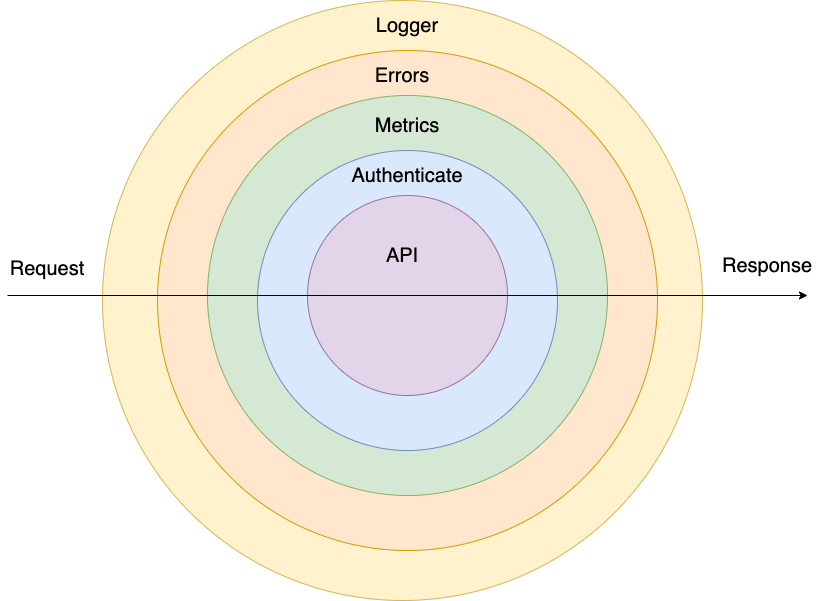
Above: middlewares.png in imperiustx/prime_number (draw.io), before the change. Source tidied: cells renumbered, new cells last; positions are measured from the earlier drawing's top-left corner, leaving out a move shared by most shapes.
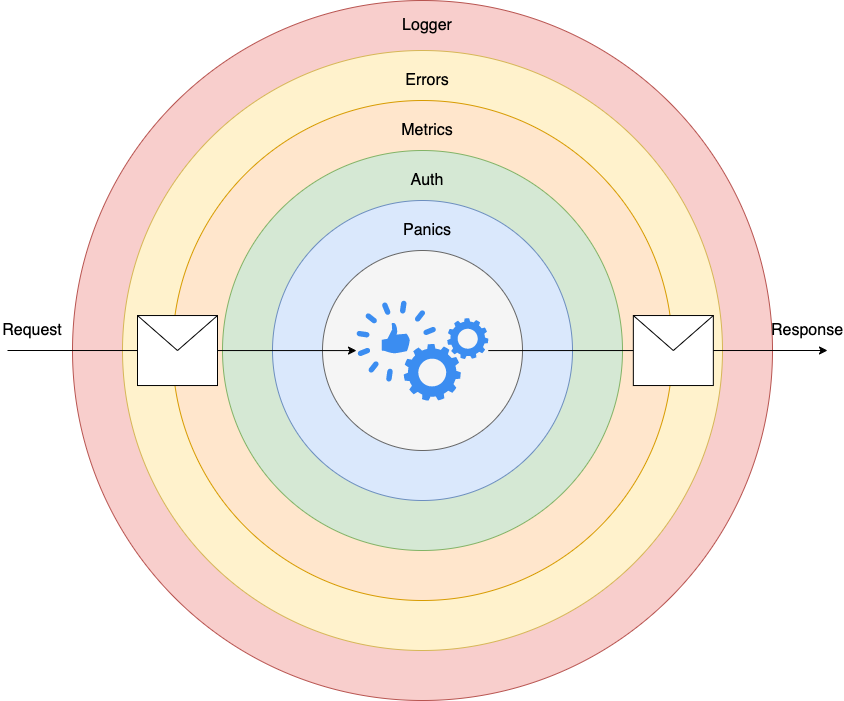
After the commit.

What changed in the source:
```diff
@@ -2,50 +2,67 @@
   <root>
     <mxCell id="0" />
     <mxCell id="1" parent="0" />
-    <mxCell id="2" value="&lt;font style=&quot;font-size: 20px&quot;&gt;API&lt;/font&gt;" style="text;html=1;strokeColor=none;fillColor=none;align=center;verticalAlign=middle;whiteSpace=wrap;rounded=0;" parent="1" vertex="1">
-      <mxGeometry x="345" y="235" width="110" height="50" as="geometry" />
-    </mxCell>
+    <mxCell id="16" style="ellipse;whiteSpace=wrap;html=1;fillColor=#f8cecc;strokeColor=#b85450;" parent="1" vertex="1">
+      <mxGeometry x="55" y="125" width="700" height="700" as="geometry" />
+    </mxCell>
+    <mxCell id="17" style="ellipse;whiteSpace=wrap;html=1;fillColor=#fff2cc;strokeColor=#d6b656;" parent="1" vertex="1">
+      <mxGeometry x="105" y="175" width="600" height="600" as="geometry" />
+    </mxCell>
+    <mxCell id="18" style="ellipse;whiteSpace=wrap;html=1;fillColor=#ffe6cc;strokeColor=#d79b00;" parent="1" vertex="1">
+      <mxGeometry x="155" y="225" width="500" height="500" as="geometry" />
+    </mxCell>
+    <mxCell id="19" style="ellipse;whiteSpace=wrap;html=1;fillColor=#d5e8d4;strokeColor=#82b366;" parent="1" vertex="1">
+      <mxGeometry x="205" y="275" width="400" height="400" as="geometry" />
+    </mxCell>
+    <mxCell id="20" style="ellipse;whiteSpace=wrap;html=1;fillColor=#dae8fc;strokeColor=#6c8ebf;" parent="1" vertex="1">
+      <mxGeometry x="255" y="325" width="300" height="300" as="geometry" />
+    </mxCell>
+    <mxCell id="21" style="ellipse;whiteSpace=wrap;html=1;fillColor=#f5f5f5;strokeColor=#666666;fontColor=#333333;" parent="1" vertex="1">
+      <mxGeometry x="305" y="375" width="200" height="200" as="geometry" />
+    </mxCell>
+    <mxCell id="22" style="endArrow=classic;html=1;" parent="1" edge="1" source="26">
+      <mxGeometry relative="1" as="geometry">
+        <mxPoint x="810" y="475" as="targetPoint" />
+      </mxGeometry>
+    </mxCell>
+    <mxCell id="23" style="shape=message;html=1;" parent="22" vertex="1">
+      <mxGeometry width="80" height="70" relative="1" as="geometry">
+        <mxPoint x="-25" y="-35" as="offset" />
+      </mxGeometry>
+    </mxCell>
+    <mxCell id="15" value="Logger" style="text;html=1;strokeColor=none;fillColor=none;align=center;verticalAlign=middle;whiteSpace=wrap;rounded=0;fontSize=16;" parent="1" vertex="1">
+      <mxGeometry x="370" y="125" width="80" height="50" as="geometry" />
+    </mxCell>
+    <mxCell id="14" value="Errors" style="text;html=1;strokeColor=none;fillColor=none;align=center;verticalAlign=middle;whiteSpace=wrap;rounded=0;fontSize=16;" parent="1" vertex="1">
+      <mxGeometry x="390" y="195" width="40" height="20" as="geometry" />
+    </mxCell>
+    <mxCell id="12" value="Metrics" style="text;html=1;strokeColor=none;fillColor=none;align=center;verticalAlign=middle;whiteSpace=wrap;rounded=0;fontSize=16;" parent="1" vertex="1">
+      <mxGeometry x="390" y="245" width="40" height="20" as="geometry" />
+    </mxCell>
+    <mxCell id="24" value="Auth" style="text;html=1;strokeColor=none;fillColor=none;align=center;verticalAlign=middle;whiteSpace=wrap;rounded=0;fontSize=16;" parent="1" vertex="1">
+      <mxGeometry x="390" y="295" width="40" height="20" as="geometry" />
+    </mxCell>
+    <mxCell id="25" value="Panics" style="text;html=1;strokeColor=none;fillColor=none;align=center;verticalAlign=middle;whiteSpace=wrap;rounded=0;fontSize=16;" parent="1" vertex="1">
+      <mxGeometry x="390" y="345" width="40" height="20" as="geometry" />
+    </mxCell>
+    <mxCell id="26" style="html=1;strokeColor=none;shadow=0;align=center;verticalAlign=top;fillColor=#3B8DF1;shape=mxgraph.gcp2.capabilities;" parent="1" vertex="1">
+      <mxGeometry x="339" y="425" width="131.8" height="100.2" as="geometry" />
+    </mxCell>
+    <mxCell id="27" style="endArrow=classic;html=1;" parent="1" edge="1" target="26">
+      <mxGeometry relative="1" as="geometry">
+        <mxPoint x="-10" y="475" as="sourcePoint" />
+      </mxGeometry>
+    </mxCell>
+    <mxCell id="28" style="shape=message;html=1;" parent="27" vertex="1">
+      <mxGeometry width="80" height="70" relative="1" as="geometry">
+        <mxPoint x="-45" y="-35" as="offset" />
+      </mxGeometry>
+    </mxCell>
-    <mxCell id="3" value="&lt;font style=&quot;font-size: 20px&quot;&gt;Request&lt;/font&gt;" style="text;html=1;strokeColor=none;fillColor=none;align=center;verticalAlign=middle;whiteSpace=wrap;rounded=0;" parent="1" vertex="1">
-      <mxGeometry y="235" width="90" height="65" as="geometry" />
+    <mxCell id="3" value="Request" style="text;html=1;strokeColor=none;fillColor=none;align=center;verticalAlign=middle;whiteSpace=wrap;rounded=0;fontSize=16;" parent="1" vertex="1">
+      <mxGeometry x="-10" y="445" width="50" height="20" as="geometry" />
     </mxCell>
-    <mxCell id="4" value="&lt;font style=&quot;font-size: 20px&quot;&gt;Response&lt;/font&gt;" style="text;html=1;strokeColor=none;fillColor=none;align=center;verticalAlign=middle;whiteSpace=wrap;rounded=0;" parent="1" vertex="1">
-      <mxGeometry x="710" y="235" width="110" height="60" as="geometry" />
+    <mxCell id="4" value="Response" style="text;html=1;strokeColor=none;fillColor=none;align=center;verticalAlign=middle;whiteSpace=wrap;rounded=0;fontSize=16;" parent="1" vertex="1">
+      <mxGeometry x="770" y="445" width="40" height="20" as="geometry" />
     </mxCell>
-    <mxCell id="5" style="ellipse;whiteSpace=wrap;html=1;fillColor=#fff2cc;strokeColor=#d6b656;" parent="1" vertex="1">
-      <mxGeometry x="100" width="600" height="600" as="geometry" />
-    </mxCell>
-    <mxCell id="6" style="ellipse;whiteSpace=wrap;html=1;fillColor=#ffe6cc;strokeColor=#d79b00;" parent="1" vertex="1">
-      <mxGeometry x="155" y="50" width="500" height="500" as="geometry" />
-    </mxCell>
-    <mxCell id="7" style="ellipse;whiteSpace=wrap;html=1;fillColor=#d5e8d4;strokeColor=#82b366;" parent="1" vertex="1">
-      <mxGeometry x="205" y="95" width="400" height="400" as="geometry" />
-    </mxCell>
-    <mxCell id="8" style="ellipse;whiteSpace=wrap;html=1;fillColor=#dae8fc;strokeColor=#6c8ebf;" parent="1" vertex="1">
-      <mxGeometry x="255" y="150" width="300" height="300" as="geometry" />
-    </mxCell>
-    <mxCell id="9" style="ellipse;whiteSpace=wrap;html=1;fillColor=#e1d5e7;strokeColor=#9673a6;" parent="1" vertex="1">
-      <mxGeometry x="305" y="195" width="200" height="200" as="geometry" />
-    </mxCell>
-    <mxCell id="10" style="endArrow=classic;html=1;" parent="1" edge="1">
-      <mxGeometry relative="1" as="geometry">
-        <mxPoint x="5" y="295" as="sourcePoint" />
-        <mxPoint x="805" y="295" as="targetPoint" />
-      </mxGeometry>
-    </mxCell>
-    <mxCell id="11" value="&lt;font style=&quot;font-size: 20px&quot;&gt;API&lt;/font&gt;" style="text;html=1;strokeColor=none;fillColor=none;align=center;verticalAlign=middle;whiteSpace=wrap;rounded=0;" parent="1" vertex="1">
-      <mxGeometry x="380" y="245" width="40" height="20" as="geometry" />
-    </mxCell>
-    <mxCell id="12" value="&lt;font style=&quot;font-size: 20px&quot;&gt;Metrics&lt;/font&gt;" style="text;html=1;strokeColor=none;fillColor=none;align=center;verticalAlign=middle;whiteSpace=wrap;rounded=0;" parent="1" vertex="1">
-      <mxGeometry x="385" y="115" width="40" height="20" as="geometry" />
-    </mxCell>
-    <mxCell id="13" value="&lt;font style=&quot;font-size: 20px&quot;&gt;Authenticate&lt;/font&gt;" style="text;html=1;strokeColor=none;fillColor=none;align=center;verticalAlign=middle;whiteSpace=wrap;rounded=0;" parent="1" vertex="1">
-      <mxGeometry x="385" y="165" width="40" height="20" as="geometry" />
-    </mxCell>
-    <mxCell id="14" value="&lt;font style=&quot;font-size: 20px&quot;&gt;Errors&lt;/font&gt;" style="text;html=1;strokeColor=none;fillColor=none;align=center;verticalAlign=middle;whiteSpace=wrap;rounded=0;" parent="1" vertex="1">
-      <mxGeometry x="380" y="65" width="40" height="20" as="geometry" />
-    </mxCell>
-    <mxCell id="15" value="&lt;font style=&quot;font-size: 20px&quot;&gt;Logger&lt;/font&gt;" style="text;html=1;strokeColor=none;fillColor=none;align=center;verticalAlign=middle;whiteSpace=wrap;rounded=0;" parent="1" vertex="1">
-      <mxGeometry x="385" y="15" width="40" height="20" as="geometry" />
-    </mxCell>
   </root>
 </mxGraphModel>
```
